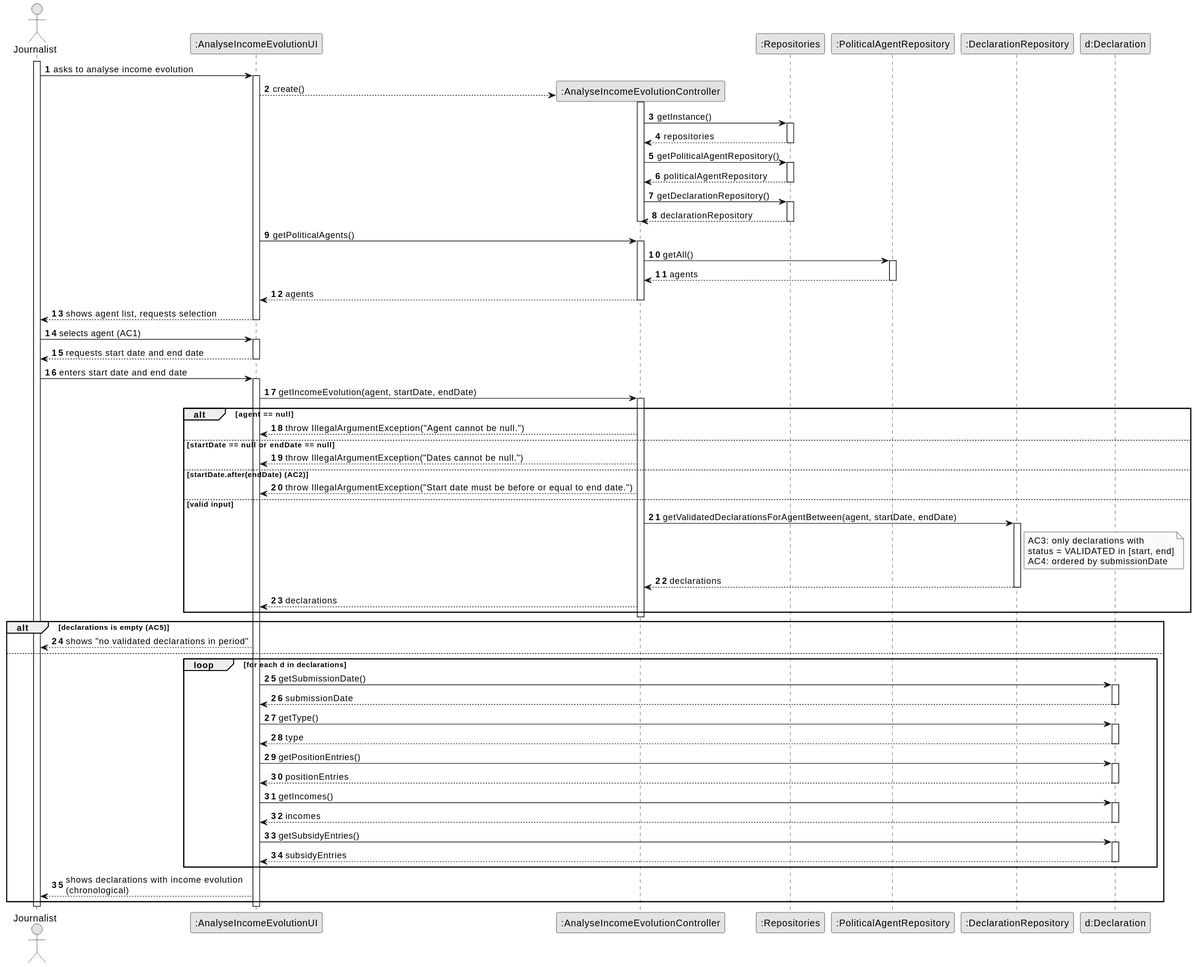
This is docs/system-documentation/US10/03.design/svg/US10-SD-full.svg from brunodspinto/crystal-clear-platform, a PlantUML export, as it was before one commit.
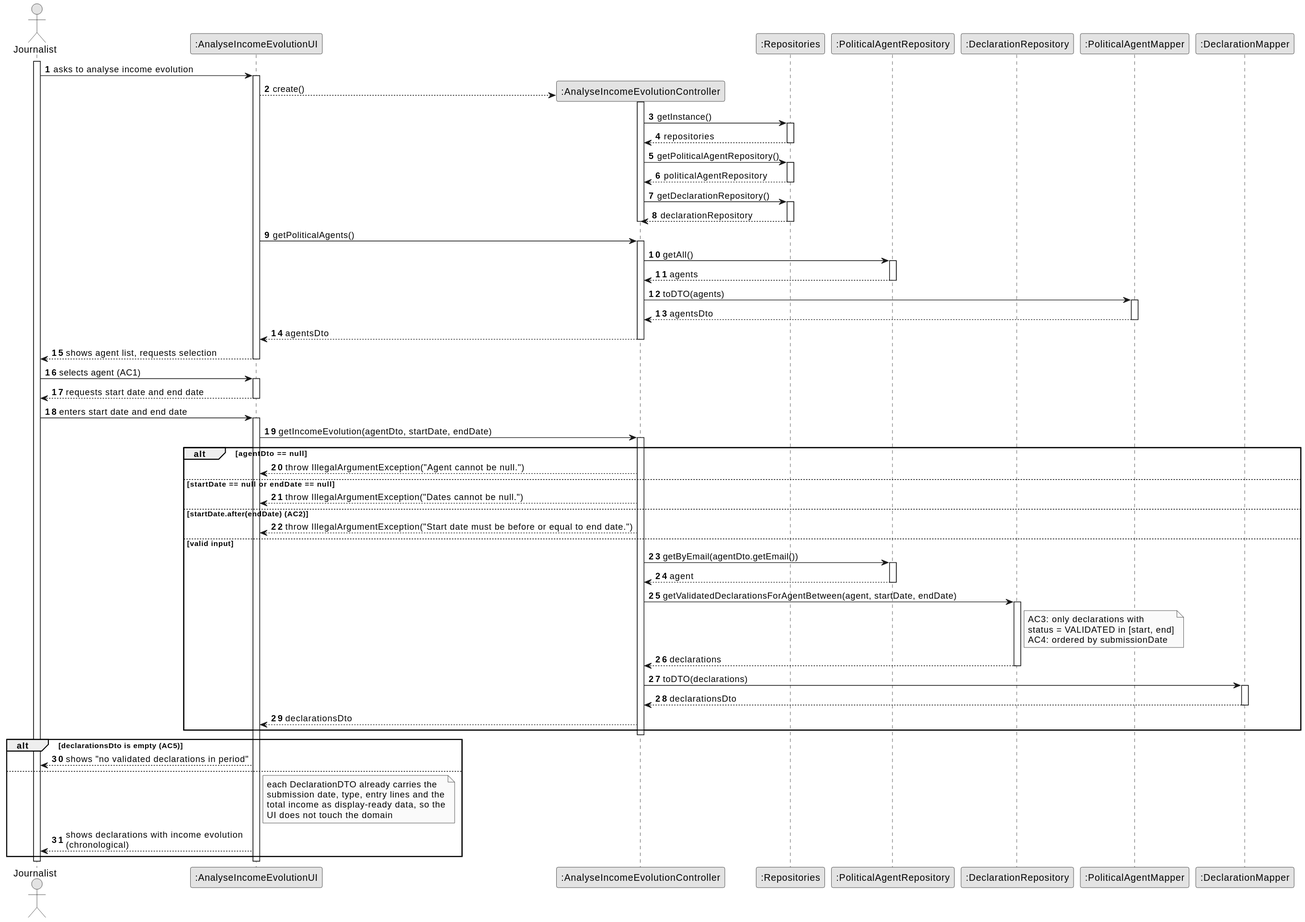
The same diagram one commit later.

The edit, as a diff of the source:
```diff
@@ -11,7 +11,8 @@
 participant ":Repositories" as REPOS
 participant ":PoliticalAgentRepository" as PAR
 participant ":DeclarationRepository" as DR
-participant "d:Declaration" as DEC
+participant ":PoliticalAgentMapper" as PAM
+participant ":DeclarationMapper" as DM
 
 activate Journalist
 
@@ -44,7 +45,12 @@
                 PAR --> CTRL : agents
             deactivate PAR
 
-            CTRL --> UI : agents
+            CTRL -> PAM : toDTO(agents)
+            activate PAM
+                PAM --> CTRL : agentsDto
+            deactivate PAM
+
+            CTRL --> UI : agentsDto
         deactivate CTRL
 
         UI --> Journalist : shows agent list, requests selection
@@ -59,16 +65,21 @@
     Journalist -> UI : enters start date and end date
     activate UI
 
-        UI -> CTRL : getIncomeEvolution(agent, startDate, endDate)
+        UI -> CTRL : getIncomeEvolution(agentDto, startDate, endDate)
         activate CTRL
 
-            alt agent == null
+            alt agentDto == null
                 CTRL --> UI : throw IllegalArgumentException("Agent cannot be null.")
             else startDate == null or endDate == null
                 CTRL --> UI : throw IllegalArgumentException("Dates cannot be null.")
             else startDate.after(endDate) (AC2)
                 CTRL --> UI : throw IllegalArgumentException("Start date must be before or equal to end date.")
             else valid input
+                CTRL -> PAR : getByEmail(agentDto.getEmail())
+                activate PAR
+                    PAR --> CTRL : agent
+                deactivate PAR
+
                 CTRL -> DR : getValidatedDeclarationsForAgentBetween(agent, startDate, endDate)
                 activate DR
 
@@ -81,39 +92,24 @@
                     DR --> CTRL : declarations
                 deactivate DR
 
-                CTRL --> UI : declarations
+                CTRL -> DM : toDTO(declarations)
+                activate DM
+                    DM --> CTRL : declarationsDto
+                deactivate DM
+
+                CTRL --> UI : declarationsDto
             end
         deactivate CTRL
 
-        alt declarations is empty (AC5)
+        alt declarationsDto is empty (AC5)
             UI --> Journalist : shows "no validated declarations in period"
         else
-            loop for each d in declarations
-                UI -> DEC : getSubmissionDate()
-                activate DEC
-                    DEC --> UI : submissionDate
-                deactivate DEC
-
-                UI -> DEC : getType()
-                activate DEC
-                    DEC --> UI : type
-                deactivate DEC
-
-                UI -> DEC : getPositionEntries()
-                activate DEC
-                    DEC --> UI : positionEntries
-                deactivate DEC
-
-                UI -> DEC : getIncomes()
-                activate DEC
-                    DEC --> UI : incomes
-                deactivate DEC
-
-                UI -> DEC : getSubsidyEntries()
-                activate DEC
-                    DEC --> UI : subsidyEntries
-                deactivate DEC
-            end
+            note right of UI
+                each DeclarationDTO already carries the
+                submission date, type, entry lines and the
+                total income as display-ready data, so the
+                UI does not touch the domain
+            end note
 
             UI --> Journalist : shows declarations with income evolution\n(chronological)
         end
```
